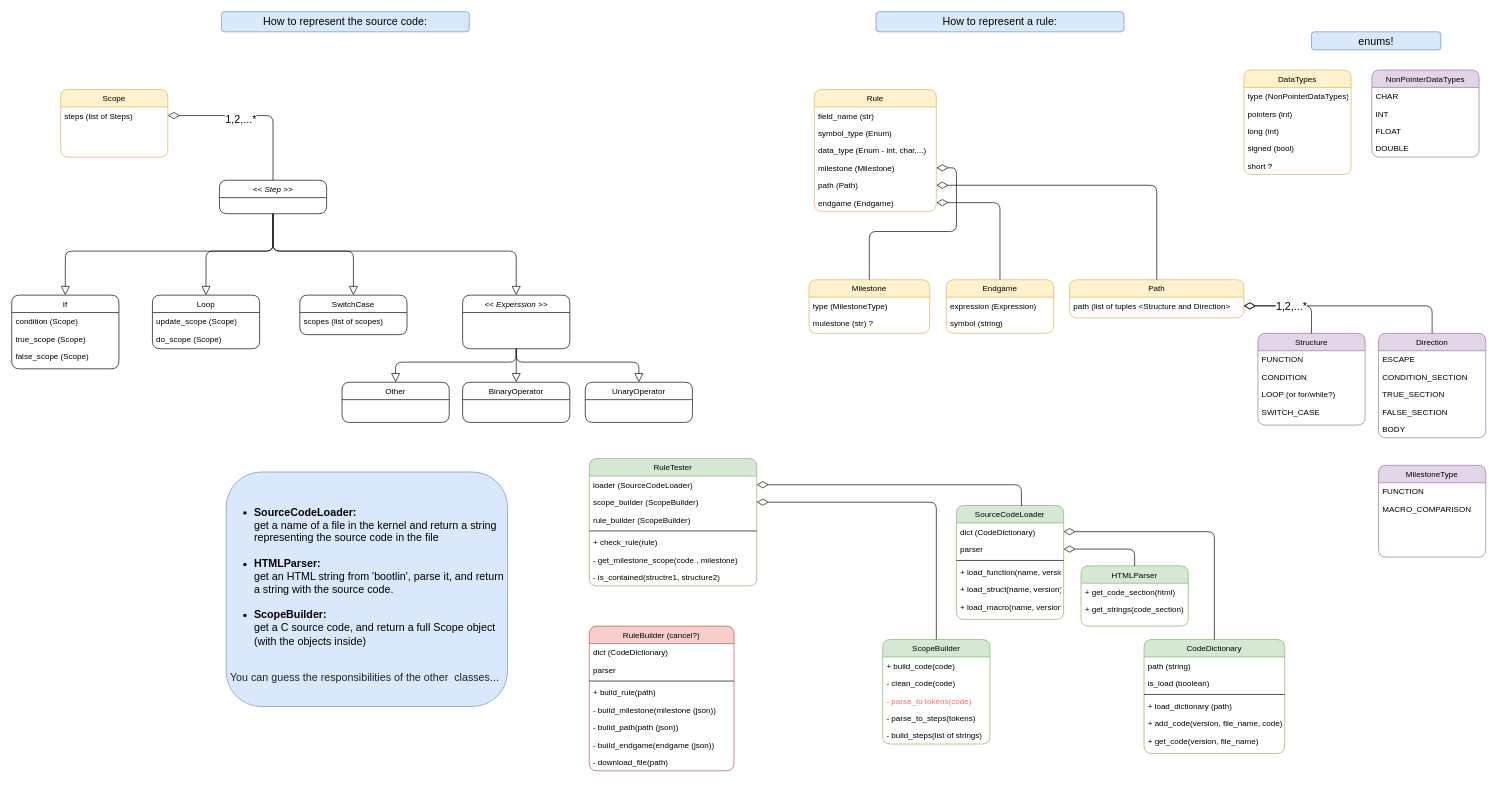
Earlier version of the draw.io diagram Untitled Diagram.drawio (zivnaim/simon). Source tidied: cells renumbered, new cells numbered last; positions are measured from the earlier drawing's top-left corner, leaving out a move shared by most shapes. Both pictures are drawn from the tidied source at 67%, with x=0, y=0 at pixel (11, 11).
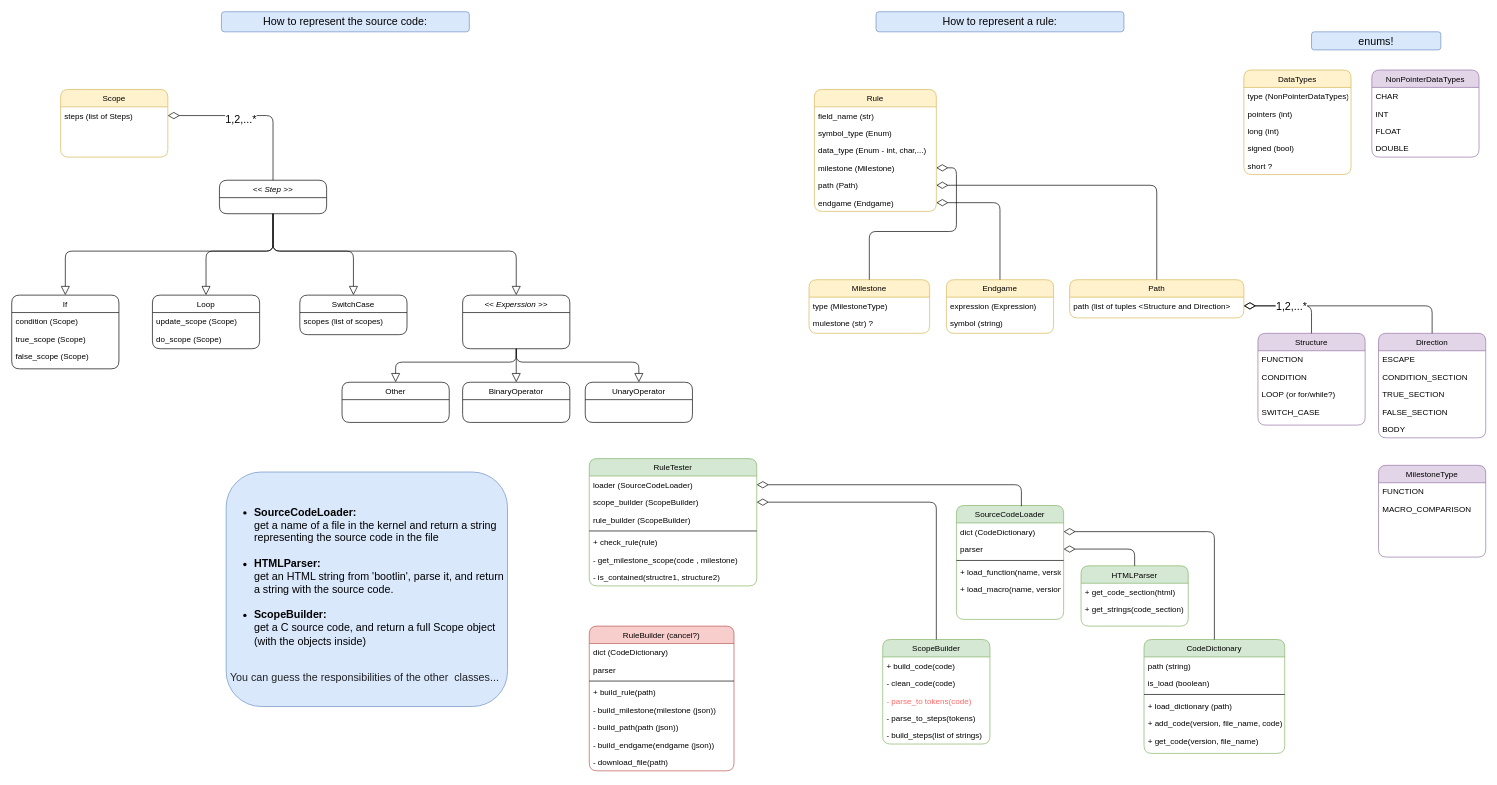
The same page after the edit.

Unchanged cells that the change refers to:
```xml
<mxCell id="2" value="SourceCodeLoader" style="swimlane;fontStyle=0;align=center;verticalAlign=top;horizontal=1;startSize=26;rounded=1;shadow=0;strokeWidth=1;fillColor=#d5e8d4;strokeColor=#82b366;" parent="1" vertex="1">
  <mxGeometry x="1410" y="737" width="160" height="170" as="geometry" />
</mxCell>
```

The edit, as a diff of the source:
```diff
@@
-    <mxCell id="7" value="+ load_struct(name, version)" style="text;align=left;verticalAlign=top;spacingLeft=4;spacingRight=4;overflow=hidden;rounded=1;" parent="2" vertex="1">
-      <mxGeometry y="112" width="160" height="26" as="geometry" />
-    </mxCell>
     <mxCell id="8" value="+ load_macro(name, version)" style="text;align=left;verticalAlign=top;spacingLeft=4;spacingRight=4;overflow=hidden;rounded=1;" parent="2" vertex="1">
-      <mxGeometry y="138" width="160" height="26" as="geometry" />
+      <mxGeometry y="112" width="160" height="26" as="geometry" />
     </mxCell>
```
